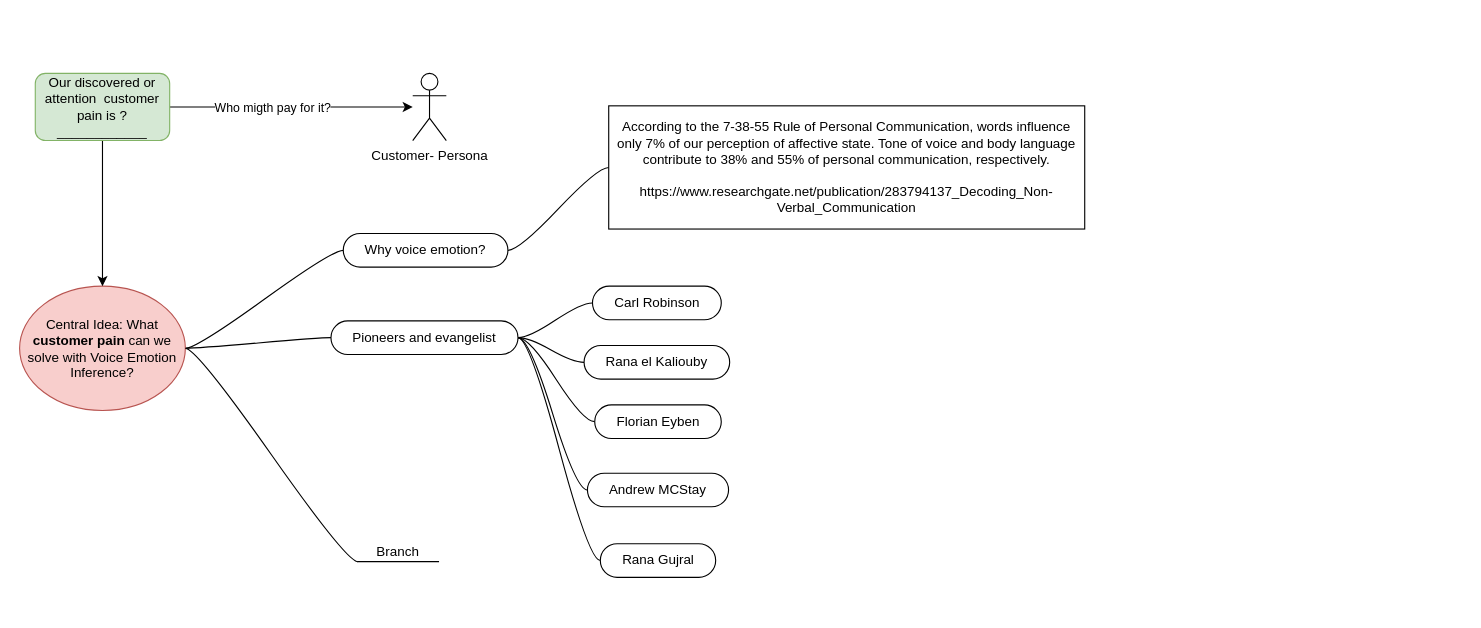
beltrewilton/ser_research keeps this draw.io diagram as SER-mind-map-ryd.drawio. Above is the earlier version. Source tidied: cells renumbered, new cells numbered last; positions are measured from the earlier drawing's top-left corner, leaving out a move shared by most shapes. Both pictures are drawn from the tidied source at 112%, with x=0, y=0 at pixel (19, 73).
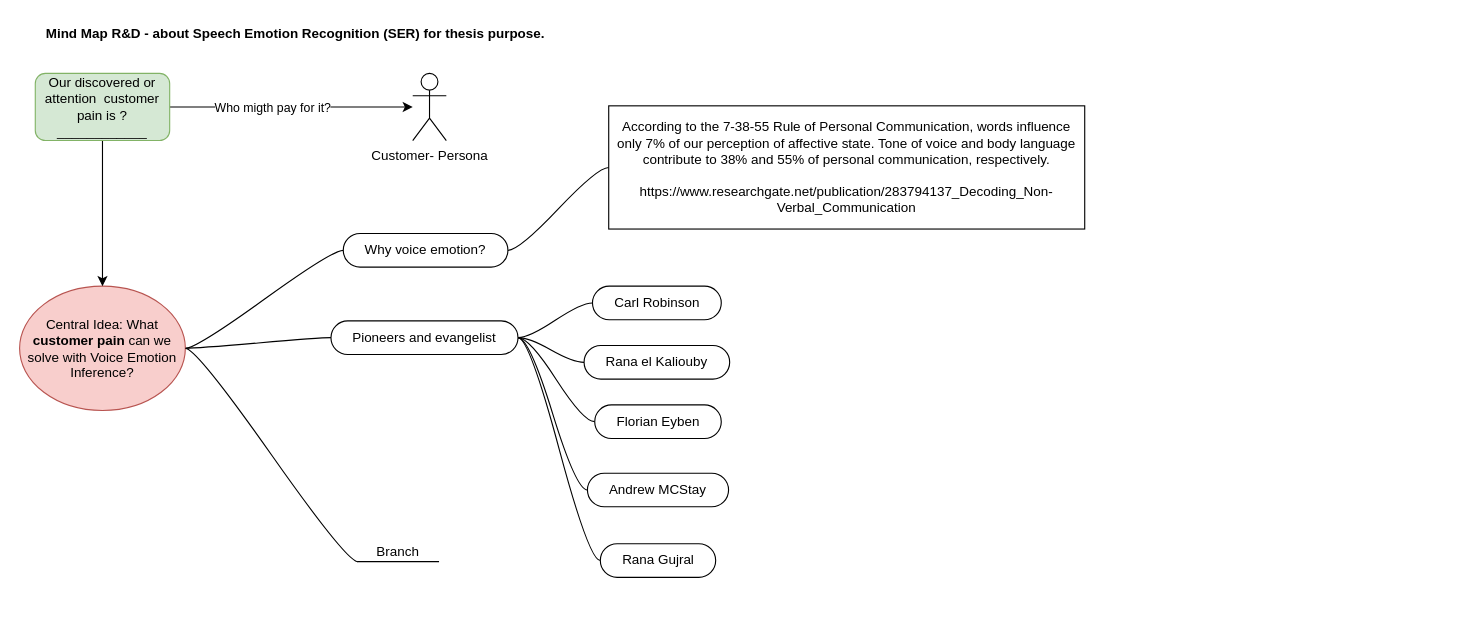
The same page after the edit.

The edit, as a diff of the source:
```diff
@@
+    <mxCell id="27" value="Mind Map R&amp;amp;D - about Speech Emotion Recognition (SER) for thesis purpose." style="text;html=1;align=center;verticalAlign=middle;strokeColor=none;fillColor=none;fontStyle=1;" parent="1" vertex="1">
+      <mxGeometry x="14" y="-48" width="463" height="26" as="geometry" />
+    </mxCell>
```
